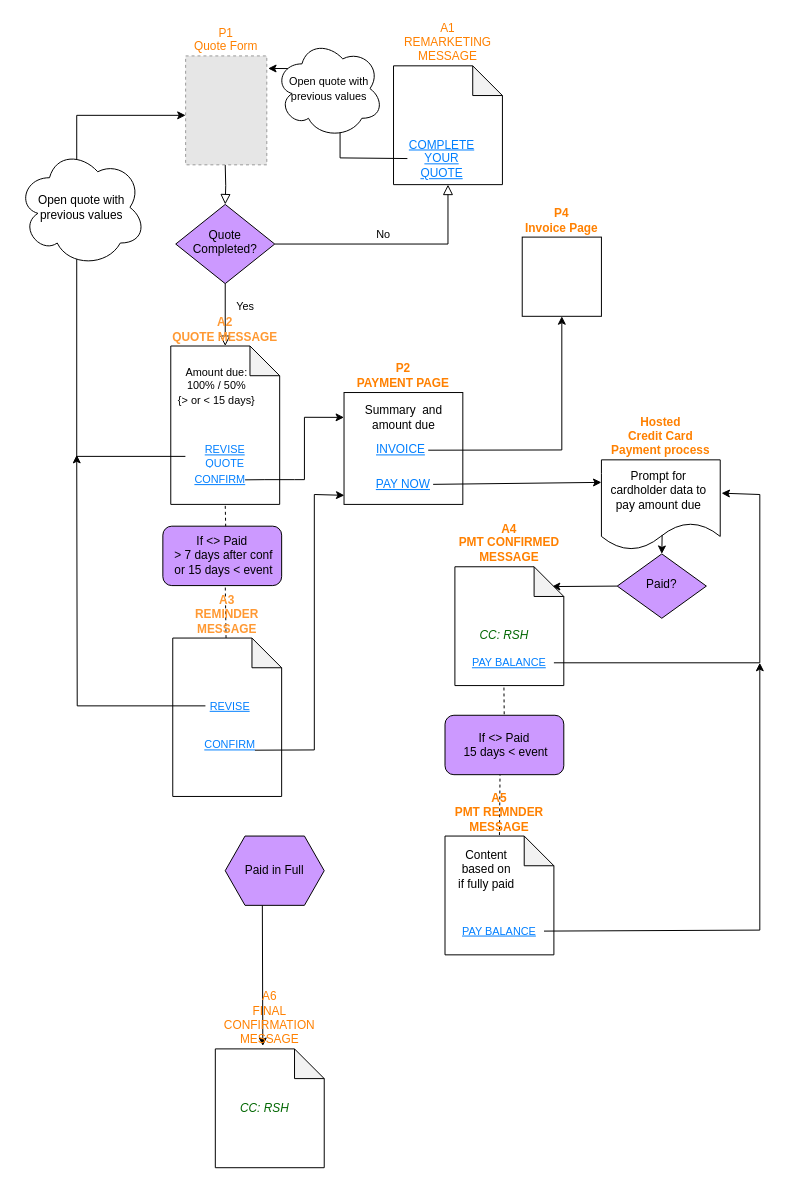
Earlier version of the draw.io diagram WeddingAutoQuote.drawio (MikeMooreSOH/MikeMooreSOH). Source tidied: cells renumbered, new cells numbered last; positions are measured from the earlier drawing's top-left corner, leaving out a move shared by most shapes. Both pictures are drawn from the tidied source at 99%, with x=0, y=0 at pixel (17, 39). Pictures stored in the file or linked from it are replaced by grey dashed boxes.
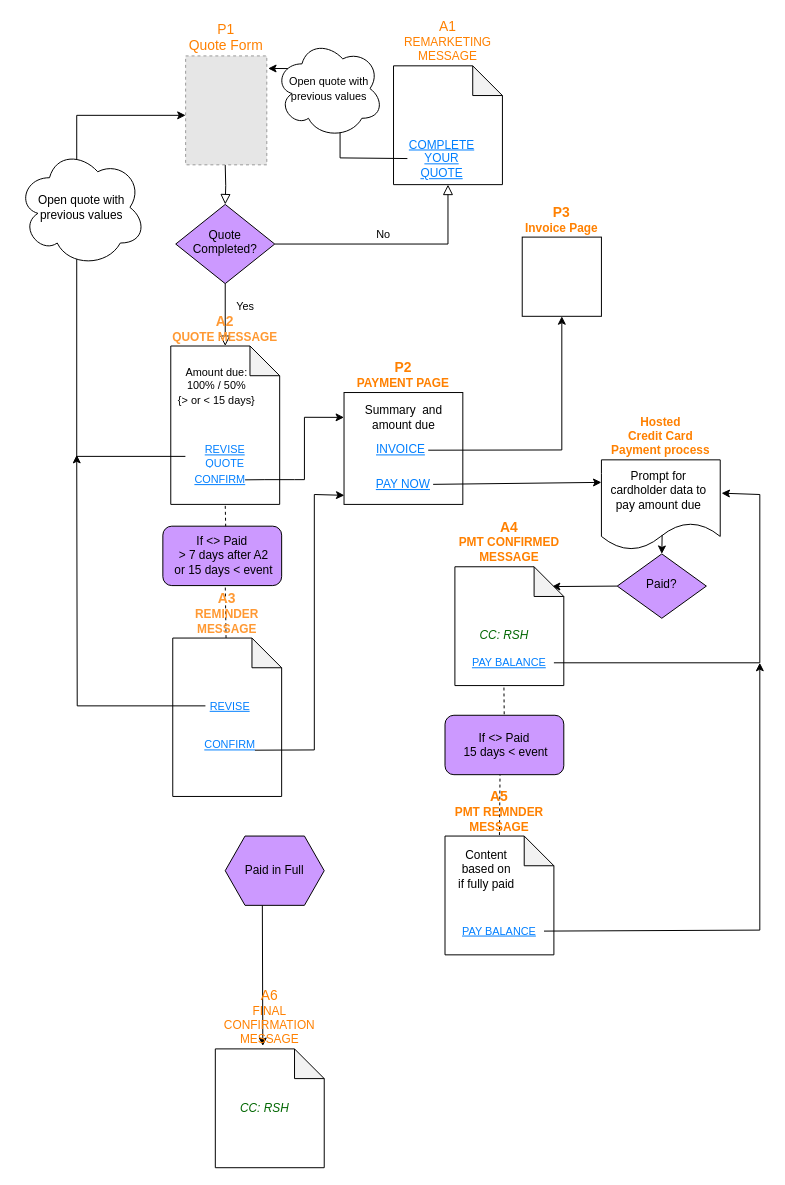
The same page after the edit.

The change refers to these unchanged cells:
```xml
<mxCell id="6" style="group;" parent="5" vertex="1">
  <mxGeometry y="53" width="110" height="160" as="geometry" />
</mxCell>
<mxCell id="24" style="group;fontSize=11;" parent="1" vertex="1">
  <mxGeometry x="380" y="27" width="110" height="120" as="geometry" />
</mxCell>
<mxCell id="33" style="group;" parent="1" vertex="1">
  <mxGeometry x="442" y="533" width="110" height="120" as="geometry" />
</mxCell>
<mxCell id="47" style="group;" parent="1" vertex="1">
  <mxGeometry x="432" y="805" width="110" height="120" as="geometry" />
</mxCell>
```

Change to the diagram source:
```diff
@@
-    <mxCell id="7" value="&lt;div style=&quot;font-size: 12px&quot;&gt;&lt;b&gt;&lt;font style=&quot;font-size: 12px&quot; color=&quot;#FF9933&quot;&gt;A3&lt;/font&gt;&lt;/b&gt;&lt;/div&gt;&lt;b&gt;&lt;font style=&quot;font-size: 12px&quot; color=&quot;#FF9933&quot;&gt;REMINDER MESSAGE&lt;/font&gt;&lt;/b&gt;" style="shape=note;whiteSpace=wrap;html=1;backgroundOutline=1;darkOpacity=0.05;rounded=0;labelPosition=center;verticalLabelPosition=top;align=center;verticalAlign=bottom;" parent="6" vertex="1">
+    <mxCell id="7" value="&lt;div style=&quot;font-size: 12px&quot;&gt;&lt;font size=&quot;1&quot;&gt;&lt;b&gt;&lt;font style=&quot;font-size: 14px&quot; color=&quot;#FF9933&quot;&gt;A3&lt;/font&gt;&lt;/b&gt;&lt;/font&gt;&lt;/div&gt;&lt;b&gt;&lt;font style=&quot;font-size: 12px&quot; color=&quot;#FF9933&quot;&gt;REMINDER MESSAGE&lt;/font&gt;&lt;/b&gt;" style="shape=note;whiteSpace=wrap;html=1;backgroundOutline=1;darkOpacity=0.05;rounded=0;labelPosition=center;verticalLabelPosition=top;align=center;verticalAlign=bottom;" parent="6" vertex="1">
       <mxGeometry width="110" height="160" as="geometry" />
     </mxCell>
@@
-    <mxCell id="10" value="&lt;div&gt;&lt;b&gt;&lt;font color=&quot;#FF8000&quot;&gt;P2&lt;/font&gt;&lt;/b&gt;&lt;/div&gt;&lt;div&gt;&lt;b&gt;&lt;font color=&quot;#FF8000&quot;&gt;PAYMENT PAGE&lt;/font&gt;&lt;/b&gt;&lt;/div&gt;" style="rounded=0;whiteSpace=wrap;html=1;fontSize=12;glass=0;strokeWidth=1;shadow=0;labelPosition=center;verticalLabelPosition=top;align=center;verticalAlign=bottom;" parent="1" vertex="1">
+    <mxCell id="10" value="&lt;div&gt;&lt;font size=&quot;1&quot;&gt;&lt;b&gt;&lt;font style=&quot;font-size: 14px&quot; color=&quot;#FF8000&quot;&gt;P2&lt;/font&gt;&lt;/b&gt;&lt;/font&gt;&lt;/div&gt;&lt;div&gt;&lt;b&gt;&lt;font color=&quot;#FF8000&quot;&gt;PAYMENT PAGE&lt;/font&gt;&lt;/b&gt;&lt;/div&gt;" style="rounded=0;whiteSpace=wrap;html=1;fontSize=12;glass=0;strokeWidth=1;shadow=0;labelPosition=center;verticalLabelPosition=top;align=center;verticalAlign=bottom;" parent="1" vertex="1">
       <mxGeometry x="330" y="357" width="120" height="113" as="geometry" />
     </mxCell>
@@
-    <mxCell id="17" value="&lt;div&gt;&lt;b&gt;&lt;font color=&quot;#FF8000&quot;&gt;P4&lt;/font&gt;&lt;/b&gt;&lt;/div&gt;&lt;div&gt;&lt;b&gt;&lt;font color=&quot;#FF8000&quot;&gt;Invoice Page&lt;br&gt;&lt;/font&gt;&lt;/b&gt;&lt;/div&gt;" style="whiteSpace=wrap;html=1;rounded=0;fontColor=#FF8000;labelPosition=center;verticalLabelPosition=top;align=center;verticalAlign=bottom;" parent="1" vertex="1">
+    <mxCell id="17" value="&lt;div&gt;&lt;font size=&quot;1&quot;&gt;&lt;b&gt;&lt;font style=&quot;font-size: 14px&quot; color=&quot;#FF8000&quot;&gt;P3&lt;/font&gt;&lt;/b&gt;&lt;/font&gt;&lt;/div&gt;&lt;div&gt;&lt;b&gt;&lt;font color=&quot;#FF8000&quot;&gt;Invoice Page&lt;br&gt;&lt;/font&gt;&lt;/b&gt;&lt;/div&gt;" style="whiteSpace=wrap;html=1;rounded=0;fontColor=#FF8000;labelPosition=center;verticalLabelPosition=top;align=center;verticalAlign=bottom;" parent="1" vertex="1">
       <mxGeometry x="510" y="200" width="80" height="80" as="geometry" />
     </mxCell>
-    <mxCell id="18" value="&lt;div style=&quot;font-size: 12px&quot;&gt;&lt;b&gt;&lt;font style=&quot;font-size: 12px&quot; color=&quot;#FF9933&quot;&gt;A2&lt;/font&gt;&lt;/b&gt;&lt;/div&gt;&lt;b&gt;&lt;font style=&quot;font-size: 12px&quot; color=&quot;#FF9933&quot;&gt;QUOTE MESSAGE&lt;/font&gt;&lt;/b&gt;" style="shape=note;whiteSpace=wrap;html=1;backgroundOutline=1;darkOpacity=0.05;rounded=0;labelPosition=center;verticalLabelPosition=top;align=center;verticalAlign=bottom;" parent="1" vertex="1">
+    <mxCell id="18" value="&lt;div style=&quot;font-size: 12px&quot;&gt;&lt;font size=&quot;1&quot;&gt;&lt;b&gt;&lt;font style=&quot;font-size: 14px&quot; color=&quot;#FF9933&quot;&gt;A2&lt;/font&gt;&lt;/b&gt;&lt;/font&gt;&lt;/div&gt;&lt;b&gt;&lt;font style=&quot;font-size: 12px&quot; color=&quot;#FF9933&quot;&gt;QUOTE MESSAGE&lt;/font&gt;&lt;/b&gt;" style="shape=note;whiteSpace=wrap;html=1;backgroundOutline=1;darkOpacity=0.05;rounded=0;labelPosition=center;verticalLabelPosition=top;align=center;verticalAlign=bottom;" parent="1" vertex="1">
       <mxGeometry x="155" y="310" width="110" height="160" as="geometry" />
     </mxCell>
@@
-    <mxCell id="23" value="P1&#10;Quote Form" style="fillColor=#E6E6E6;strokeColor=#999999;dashed=1;verticalLabelPosition=top;verticalAlign=bottom;labelPosition=center;align=center;fontColor=#FF8000;" parent="1" vertex="1">
+    <mxCell id="23" value="P1&#10;Quote Form" style="fillColor=#E6E6E6;strokeColor=#999999;dashed=1;verticalLabelPosition=top;verticalAlign=bottom;labelPosition=center;align=center;fontColor=#FF8000;fontSize=14;" parent="1" vertex="1">
       <mxGeometry x="170" y="17" width="82" height="110" as="geometry" />
     </mxCell>
@@
-    <mxCell id="25" value="&lt;div&gt;&lt;font color=&quot;#FF8000&quot;&gt;A1&lt;/font&gt;&lt;/div&gt;&lt;div&gt;&lt;font color=&quot;#FF8000&quot;&gt;REMARKETING&lt;/font&gt;&lt;/div&gt;&lt;div&gt;&lt;font color=&quot;#FF8000&quot;&gt;MESSAGE&lt;/font&gt;&lt;/div&gt;" style="shape=note;whiteSpace=wrap;html=1;backgroundOutline=1;darkOpacity=0.05;rounded=0;labelPosition=center;verticalLabelPosition=top;align=center;verticalAlign=bottom;" parent="24" vertex="1">
+    <mxCell id="25" value="&lt;div&gt;&lt;font style=&quot;font-size: 14px&quot; color=&quot;#FF8000&quot;&gt;A1&lt;/font&gt;&lt;/div&gt;&lt;div&gt;&lt;font color=&quot;#FF8000&quot;&gt;REMARKETING&lt;/font&gt;&lt;/div&gt;&lt;div&gt;&lt;font color=&quot;#FF8000&quot;&gt;MESSAGE&lt;/font&gt;&lt;/div&gt;" style="shape=note;whiteSpace=wrap;html=1;backgroundOutline=1;darkOpacity=0.05;rounded=0;labelPosition=center;verticalLabelPosition=top;align=center;verticalAlign=bottom;" parent="24" vertex="1">
       <mxGeometry width="110" height="120" as="geometry" />
     </mxCell>
@@
-    <mxCell id="34" value="&lt;div&gt;&lt;b&gt;&lt;font color=&quot;#FF8000&quot;&gt;A4&lt;/font&gt;&lt;/b&gt;&lt;/div&gt;&lt;div&gt;&lt;b&gt;&lt;font color=&quot;#FF8000&quot;&gt;PMT CONFIRMED&lt;br&gt;&lt;/font&gt;&lt;/b&gt;&lt;/div&gt;&lt;div&gt;&lt;b&gt;&lt;font color=&quot;#FF8000&quot;&gt;MESSAGE&lt;/font&gt;&lt;/b&gt;&lt;/div&gt;" style="shape=note;whiteSpace=wrap;html=1;backgroundOutline=1;darkOpacity=0.05;rounded=0;labelPosition=center;verticalLabelPosition=top;align=center;verticalAlign=bottom;" parent="33" vertex="1">
+    <mxCell id="34" value="&lt;div&gt;&lt;font size=&quot;1&quot;&gt;&lt;b&gt;&lt;font style=&quot;font-size: 14px&quot; color=&quot;#FF8000&quot;&gt;A4&lt;/font&gt;&lt;/b&gt;&lt;/font&gt;&lt;/div&gt;&lt;div&gt;&lt;b&gt;&lt;font color=&quot;#FF8000&quot;&gt;PMT CONFIRMED&lt;br&gt;&lt;/font&gt;&lt;/b&gt;&lt;/div&gt;&lt;div&gt;&lt;b&gt;&lt;font color=&quot;#FF8000&quot;&gt;MESSAGE&lt;/font&gt;&lt;/b&gt;&lt;/div&gt;" style="shape=note;whiteSpace=wrap;html=1;backgroundOutline=1;darkOpacity=0.05;rounded=0;labelPosition=center;verticalLabelPosition=top;align=center;verticalAlign=bottom;" parent="33" vertex="1">
       <mxGeometry width="110" height="120" as="geometry" />
     </mxCell>
@@
-    <mxCell id="45" value="&lt;div&gt;If &amp;lt;&amp;gt; Paid&lt;/div&gt;&lt;div&gt;&amp;nbsp;&amp;gt; 7 days after conf&lt;/div&gt;&lt;div&gt;&amp;nbsp;or 15 days &amp;lt; event&lt;br&gt;&lt;/div&gt;" style="rounded=1;whiteSpace=wrap;html=1;fontSize=12;fontColor=#000000;fillColor=#CC99FF;" parent="1" vertex="1">
+    <mxCell id="45" value="&lt;div&gt;If &amp;lt;&amp;gt; Paid&lt;/div&gt;&lt;div&gt;&amp;nbsp;&amp;gt; 7 days after A2&lt;/div&gt;&lt;div&gt;&amp;nbsp;or 15 days &amp;lt; event&lt;br&gt;&lt;/div&gt;" style="rounded=1;whiteSpace=wrap;html=1;fontSize=12;fontColor=#000000;fillColor=#CC99FF;" parent="1" vertex="1">
       <mxGeometry x="147" y="492" width="120" height="60" as="geometry" />
     </mxCell>
@@
-    <mxCell id="48" value="&lt;div&gt;&lt;b&gt;&lt;font color=&quot;#FF8000&quot;&gt;A5&lt;/font&gt;&lt;/b&gt;&lt;/div&gt;&lt;div&gt;&lt;b&gt;&lt;font color=&quot;#FF8000&quot;&gt;PMT REMNDER&lt;br&gt;&lt;/font&gt;&lt;/b&gt;&lt;/div&gt;&lt;div&gt;&lt;b&gt;&lt;font color=&quot;#FF8000&quot;&gt;MESSAGE&lt;/font&gt;&lt;/b&gt;&lt;/div&gt;" style="shape=note;whiteSpace=wrap;html=1;backgroundOutline=1;darkOpacity=0.05;rounded=0;labelPosition=center;verticalLabelPosition=top;align=center;verticalAlign=bottom;" parent="47" vertex="1">
+    <mxCell id="48" value="&lt;div&gt;&lt;font size=&quot;1&quot;&gt;&lt;b&gt;&lt;font style=&quot;font-size: 14px&quot; color=&quot;#FF8000&quot;&gt;A5&lt;/font&gt;&lt;/b&gt;&lt;/font&gt;&lt;/div&gt;&lt;div&gt;&lt;b&gt;&lt;font color=&quot;#FF8000&quot;&gt;PMT REMNDER&lt;br&gt;&lt;/font&gt;&lt;/b&gt;&lt;/div&gt;&lt;div&gt;&lt;b&gt;&lt;font color=&quot;#FF8000&quot;&gt;MESSAGE&lt;/font&gt;&lt;/b&gt;&lt;/div&gt;" style="shape=note;whiteSpace=wrap;html=1;backgroundOutline=1;darkOpacity=0.05;rounded=0;labelPosition=center;verticalLabelPosition=top;align=center;verticalAlign=bottom;" parent="47" vertex="1">
       <mxGeometry width="110" height="120" as="geometry" />
     </mxCell>
@@
-    <mxCell id="53" value="&lt;div&gt;&lt;font color=&quot;#FF8000&quot;&gt;A6&lt;/font&gt;&lt;/div&gt;&lt;div&gt;&lt;font color=&quot;#FF8000&quot;&gt;FINAL CONFIRMATION MESSAGE&lt;br&gt;&lt;/font&gt;&lt;/div&gt;" style="shape=note;whiteSpace=wrap;html=1;backgroundOutline=1;darkOpacity=0.05;rounded=0;labelPosition=center;verticalLabelPosition=top;align=center;verticalAlign=bottom;" parent="1" vertex="1">
+    <mxCell id="53" value="&lt;div&gt;&lt;font style=&quot;font-size: 14px&quot; color=&quot;#FF8000&quot;&gt;A6&lt;/font&gt;&lt;/div&gt;&lt;div&gt;&lt;font color=&quot;#FF8000&quot;&gt;FINAL CONFIRMATION MESSAGE&lt;br&gt;&lt;/font&gt;&lt;/div&gt;" style="shape=note;whiteSpace=wrap;html=1;backgroundOutline=1;darkOpacity=0.05;rounded=0;labelPosition=center;verticalLabelPosition=top;align=center;verticalAlign=bottom;" parent="1" vertex="1">
       <mxGeometry x="200" y="1020" width="110" height="120" as="geometry" />
     </mxCell>
```
